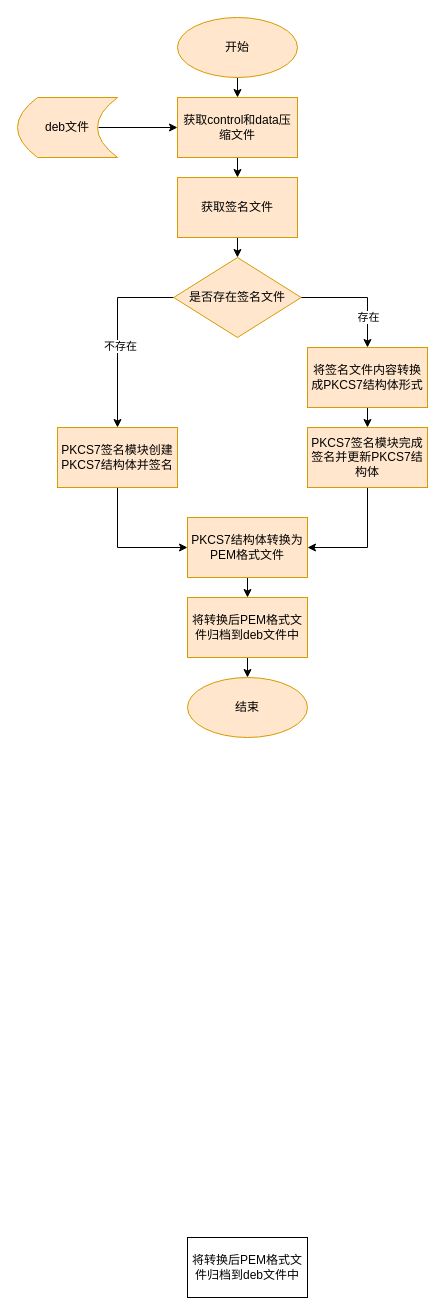
Before: sign3.drawio in Allinaent/share, a draw.io diagram. Source tidied: cells renumbered, new cells numbered last; positions are measured from the earlier drawing's top-left corner, leaving out a move shared by most shapes. Both pictures are drawn from the tidied source at 100%, with x=0, y=0 at pixel (17, 17).
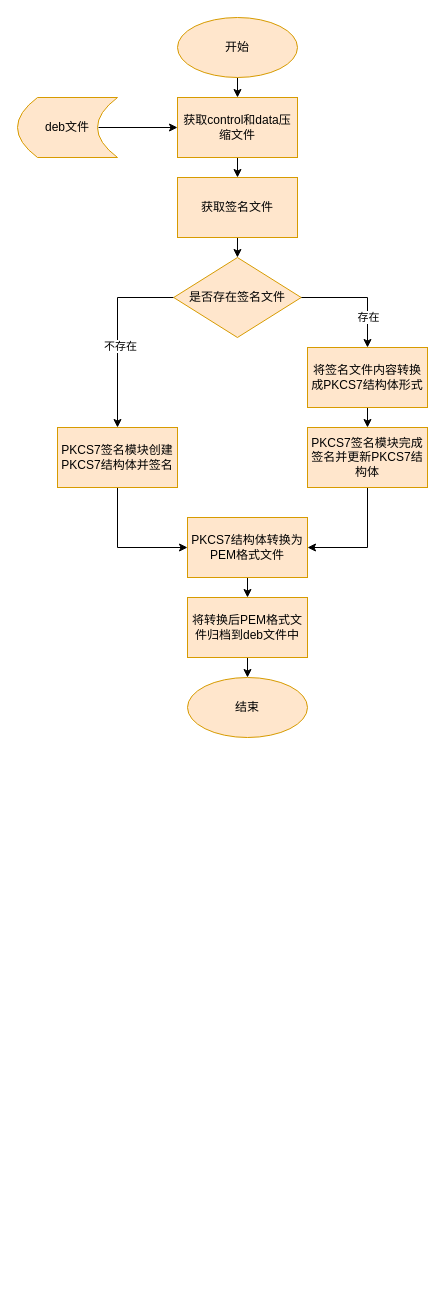
The same page after the edit.

The edit, as a diff of the source:
```diff
@@
-    <mxCell id="23" value="将转换后PEM格式文件归档到deb文件中" style="rounded=0;whiteSpace=wrap;html=1;" parent="1" vertex="1">
-      <mxGeometry x="170" y="1220" width="120" height="60" as="geometry" />
-    </mxCell>
```
